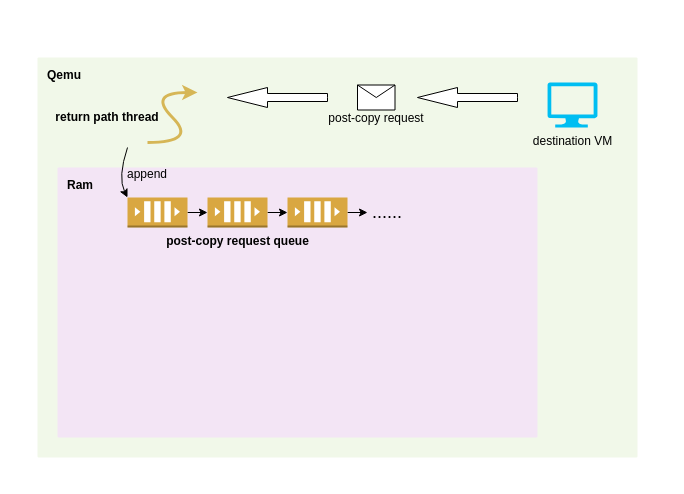
This is qemu-migration/ram.drawio from xuyizhe1999/drawio, a draw.io file, before an edit. Source tidied: cells renumbered, new cells numbered last; positions are measured from the earlier drawing's top-left corner, leaving out a move shared by most shapes. Both pictures are drawn from the tidied source at 100%, with x=0, y=0 at pixel (27, 57).
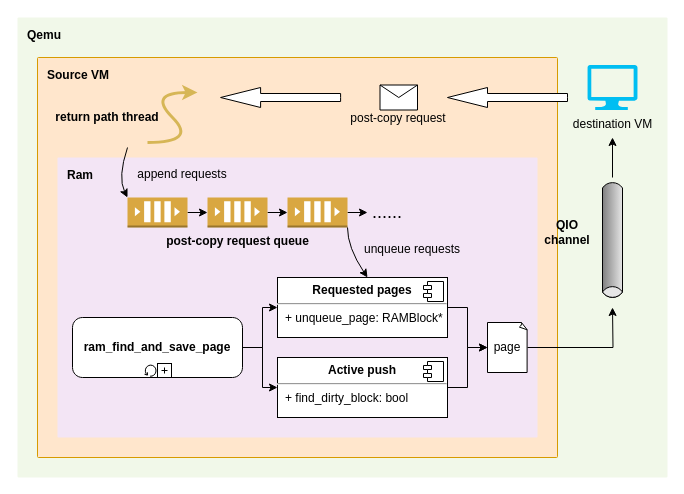
The same page after the edit.

What changed in the source:
```diff
@@
+    <mxCell id="20" value="&lt;b&gt;&lt;font color=&quot;#000000&quot;&gt;Qemu&lt;/font&gt;&lt;/b&gt;" style="sketch=0;rounded=1;absoluteArcSize=1;arcSize=2;html=1;strokeColor=none;gradientColor=none;shadow=0;dashed=0;fontSize=12;fontColor=#9E9E9E;align=left;verticalAlign=top;spacing=10;spacingTop=-4;fillColor=#F1F8E9;" parent="1" vertex="1">
+      <mxGeometry x="-10" y="-40" width="650" height="460" as="geometry" />
+    </mxCell>
-    <mxCell id="2" value="&lt;b&gt;&lt;font color=&quot;#000000&quot;&gt;Qemu&lt;/font&gt;&lt;/b&gt;" style="sketch=0;rounded=1;absoluteArcSize=1;arcSize=2;html=1;strokeColor=none;gradientColor=none;shadow=0;dashed=0;fontSize=12;fontColor=#9E9E9E;align=left;verticalAlign=top;spacing=10;spacingTop=-4;fillColor=#F1F8E9;" parent="1" vertex="1">
-      <mxGeometry x="10" width="600" height="400" as="geometry" />
+    <mxCell id="2" value="&lt;b&gt;&lt;font color=&quot;#000000&quot;&gt;Source VM&lt;/font&gt;&lt;/b&gt;" style="sketch=0;rounded=1;absoluteArcSize=1;arcSize=2;html=1;strokeColor=#d79b00;shadow=0;dashed=0;fontSize=12;align=left;verticalAlign=top;spacing=10;spacingTop=-4;fillColor=#ffe6cc;" parent="1" vertex="1">
+      <mxGeometry x="10" width="520" height="400" as="geometry" />
     </mxCell>
@@
     <mxCell id="5" value="destination VM" style="verticalLabelPosition=bottom;html=1;verticalAlign=top;align=center;strokeColor=none;fillColor=#00BEF2;shape=mxgraph.azure.computer;" parent="1" vertex="1">
-      <mxGeometry x="520" y="25" width="50" height="45" as="geometry" />
+      <mxGeometry x="560" y="7.5" width="50" height="45" as="geometry" />
     </mxCell>
-    <mxCell id="6" style="shape=message;html=1;whiteSpace=wrap;html=1;fontSize=12;" parent="1" vertex="1">
-      <mxGeometry x="330" y="27.5" width="37.5" height="25" as="geometry" />
-    </mxCell>
-    <mxCell id="7" style="html=1;shadow=0;dashed=0;align=center;verticalAlign=middle;shape=mxgraph.arrows2.arrow;dy=0.6;dx=40;flipH=1;notch=0;fontSize=12;" parent="1" vertex="1">
-      <mxGeometry x="390" y="30" width="100" height="20" as="geometry" />
-    </mxCell>
-    <mxCell id="8" style="html=1;shadow=0;dashed=0;align=center;verticalAlign=middle;shape=mxgraph.arrows2.arrow;dy=0.6;dx=40;flipH=1;notch=0;fontSize=12;" parent="1" vertex="1">
-      <mxGeometry x="200" y="30" width="100" height="20" as="geometry" />
-    </mxCell>
-    <mxCell id="9" value="post-copy request" style="text;html=1;strokeColor=none;fillColor=none;align=center;verticalAlign=middle;whiteSpace=wrap;rounded=0;fontSize=12;" parent="1" vertex="1">
-      <mxGeometry x="290.6" y="52.5" width="116.2" height="17.5" as="geometry" />
-    </mxCell>
     <mxCell id="10" value="&lt;b&gt;&lt;font color=&quot;#000000&quot;&gt;Ram&lt;/font&gt;&lt;/b&gt;" style="sketch=0;rounded=1;absoluteArcSize=1;arcSize=2;html=1;strokeColor=none;gradientColor=none;shadow=0;dashed=0;fontSize=12;fontColor=#9E9E9E;align=left;verticalAlign=top;spacing=10;spacingTop=-4;fillColor=#F3E5F5;" parent="1" vertex="1">
-      <mxGeometry x="30" y="110" width="480" height="270" as="geometry" />
+      <mxGeometry x="30" y="100" width="480" height="280" as="geometry" />
     </mxCell>
@@
-    <mxCell id="19" value="&lt;font style=&quot;font-size: 12px&quot;&gt;append&lt;/font&gt;" style="text;html=1;strokeColor=none;fillColor=none;align=center;verticalAlign=middle;whiteSpace=wrap;rounded=0;fontSize=18;fontColor=#000000;" parent="1" vertex="1">
-      <mxGeometry x="90" y="100" width="60" height="30" as="geometry" />
+    <mxCell id="19" value="&lt;font style=&quot;font-size: 12px&quot;&gt;append requests&lt;/font&gt;" style="text;html=1;strokeColor=none;fillColor=none;align=center;verticalAlign=middle;whiteSpace=wrap;rounded=0;fontSize=18;fontColor=#000000;" parent="1" vertex="1">
+      <mxGeometry x="100" y="100" width="110" height="30" as="geometry" />
     </mxCell>
+    <mxCell id="21" style="edgeStyle=orthogonalEdgeStyle;rounded=0;jettySize=auto;html=1;exitX=1;exitY=0.5;exitDx=0;exitDy=0;exitPerimeter=0;entryX=0;entryY=0.5;entryDx=0;entryDy=0;fontSize=12;fontColor=#000000;strokeWidth=1;" parent="1" edge="1" source="23" target="28">
+      <mxGeometry relative="1" as="geometry" />
+    </mxCell>
+    <mxCell id="22" style="edgeStyle=orthogonalEdgeStyle;rounded=0;jettySize=auto;html=1;exitX=1;exitY=0.5;exitDx=0;exitDy=0;exitPerimeter=0;entryX=0;entryY=0.5;entryDx=0;entryDy=0;fontSize=12;fontColor=#000000;strokeWidth=1;" parent="1" edge="1" source="23" target="25">
+      <mxGeometry relative="1" as="geometry" />
+    </mxCell>
+    <mxCell id="23" value="ram_find_and_save_page" style="points=[[0.25,0,0],[0.5,0,0],[0.75,0,0],[1,0.25,0],[1,0.5,0],[1,0.75,0],[0.75,1,0],[0.5,1,0],[0.25,1,0],[0,0.75,0],[0,0.5,0],[0,0.25,0]];shape=mxgraph.bpmn.task;whiteSpace=wrap;rectStyle=rounded;size=10;taskMarker=abstract;isLoopStandard=1;isLoopSub=1;rounded=1;fontSize=12;fontColor=#000000;fontStyle=1;" parent="1" vertex="1">
+      <mxGeometry x="45" y="260" width="170" height="60" as="geometry" />
+    </mxCell>
+    <mxCell id="24" style="edgeStyle=orthogonalEdgeStyle;rounded=0;jettySize=auto;html=1;exitX=1;exitY=0.5;exitDx=0;exitDy=0;entryX=0;entryY=0.5;entryDx=0;entryDy=0;entryPerimeter=0;fontSize=12;fontColor=#000000;strokeWidth=1;" parent="1" edge="1" source="25" target="33">
+      <mxGeometry relative="1" as="geometry" />
+    </mxCell>
+    <mxCell id="25" value="&lt;p style=&quot;margin: 0px ; margin-top: 6px ; text-align: center&quot;&gt;&lt;b&gt;Requested pages&lt;/b&gt;&lt;/p&gt;&lt;hr&gt;&lt;p style=&quot;margin: 0px ; margin-left: 8px&quot;&gt;+ unqueue_page&lt;span&gt;: RAMBlock*&lt;/span&gt;&lt;/p&gt;" style="align=left;overflow=fill;html=1;fontColor=#000000;" parent="1" vertex="1">
+      <mxGeometry x="250" y="220" width="170" height="60" as="geometry" />
+    </mxCell>
+    <mxCell id="26" style="shape=component;jettyWidth=8;jettyHeight=4;fontColor=#000000;" parent="25" vertex="1">
+      <mxGeometry x="1" width="20" height="20" relative="1" as="geometry">
+        <mxPoint x="-24" y="4" as="offset" />
+      </mxGeometry>
+    </mxCell>
+    <mxCell id="27" style="edgeStyle=orthogonalEdgeStyle;rounded=0;jettySize=auto;html=1;exitX=1;exitY=0.5;exitDx=0;exitDy=0;entryX=0;entryY=0.5;entryDx=0;entryDy=0;entryPerimeter=0;fontSize=12;fontColor=#000000;strokeWidth=1;" parent="1" edge="1" source="28" target="33">
+      <mxGeometry relative="1" as="geometry" />
+    </mxCell>
+    <mxCell id="28" value="&lt;p style=&quot;margin: 0px ; margin-top: 6px ; text-align: center&quot;&gt;&lt;b&gt;Active push&lt;/b&gt;&lt;/p&gt;&lt;hr&gt;&lt;p style=&quot;margin: 0px ; margin-left: 8px&quot;&gt;+ find_dirty_block: bool&lt;br&gt;&lt;/p&gt;" style="align=left;overflow=fill;html=1;fontColor=#000000;" parent="1" vertex="1">
+      <mxGeometry x="250" y="300" width="170" height="60" as="geometry" />
+    </mxCell>
+    <mxCell id="29" style="shape=component;jettyWidth=8;jettyHeight=4;fontColor=#000000;" parent="28" vertex="1">
+      <mxGeometry x="1" width="20" height="20" relative="1" as="geometry">
+        <mxPoint x="-24" y="4" as="offset" />
+      </mxGeometry>
+    </mxCell>
+    <mxCell id="30" style="curved=1;endArrow=classic;html=1;rounded=0;fontSize=12;fontColor=#000000;strokeWidth=1;" parent="1" edge="1">
+      <mxGeometry relative="1" as="geometry">
+        <mxPoint x="320" y="170" as="sourcePoint" />
+        <mxPoint x="340" y="220" as="targetPoint" />
+        <Array as="points">
+          <mxPoint x="320" y="190" />
+        </Array>
+      </mxGeometry>
+    </mxCell>
+    <mxCell id="31" value="&lt;font style=&quot;font-size: 12px&quot;&gt;unqueue requests&lt;/font&gt;" style="text;html=1;strokeColor=none;fillColor=none;align=center;verticalAlign=middle;whiteSpace=wrap;rounded=0;fontSize=18;fontColor=#000000;" parent="1" vertex="1">
+      <mxGeometry x="330" y="175" width="110" height="30" as="geometry" />
+    </mxCell>
+    <mxCell id="32" style="edgeStyle=orthogonalEdgeStyle;rounded=0;jettySize=auto;html=1;exitX=1;exitY=0.5;exitDx=0;exitDy=0;exitPerimeter=0;fontSize=12;fontColor=#000000;strokeWidth=1;" parent="1" edge="1" source="33">
+      <mxGeometry relative="1" as="geometry">
+        <mxPoint x="585" y="250" as="targetPoint" />
+      </mxGeometry>
+    </mxCell>
+    <mxCell id="33" value="page" style="whiteSpace=wrap;html=1;shape=mxgraph.basic.document;fontColor=#000000;" parent="1" vertex="1">
+      <mxGeometry x="460" y="265" width="40" height="50" as="geometry" />
+    </mxCell>
+    <mxCell id="34" style="strokeWidth=1;dashed=0;align=center;fontSize=8;shape=mxgraph.eip.messageChannel;html=1;verticalLabelPosition=bottom;verticalAlign=top;fontColor=#000000;rotation=90;" parent="1" vertex="1">
+      <mxGeometry x="525" y="160" width="120" height="45" as="geometry" />
+    </mxCell>
+    <mxCell id="35" style="endArrow=classic;html=1;rounded=0;fontSize=12;fontColor=#000000;strokeWidth=1;" parent="1" edge="1">
+      <mxGeometry relative="1" as="geometry">
+        <mxPoint x="585" y="120" as="sourcePoint" />
+        <mxPoint x="585" y="80" as="targetPoint" />
+      </mxGeometry>
+    </mxCell>
+    <mxCell id="36" value="&lt;b&gt;QIO&lt;br&gt;channel&lt;/b&gt;" style="text;html=1;strokeColor=none;fillColor=none;align=center;verticalAlign=middle;whiteSpace=wrap;rounded=0;fontColor=#000000;" parent="1" vertex="1">
+      <mxGeometry x="510" y="160" width="60" height="30" as="geometry" />
+    </mxCell>
+    <mxCell id="8" style="html=1;shadow=0;dashed=0;align=center;verticalAlign=middle;shape=mxgraph.arrows2.arrow;dy=0.6;dx=40;flipH=1;notch=0;fontSize=12;" parent="1" vertex="1">
+      <mxGeometry x="193.1" y="30" width="120" height="20" as="geometry" />
+    </mxCell>
+    <mxCell id="6" style="shape=message;html=1;whiteSpace=wrap;html=1;fontSize=12;" parent="1" vertex="1">
+      <mxGeometry x="352.5" y="27.5" width="37.5" height="25" as="geometry" />
+    </mxCell>
+    <mxCell id="9" value="post-copy request" style="text;html=1;strokeColor=none;fillColor=none;align=center;verticalAlign=middle;whiteSpace=wrap;rounded=0;fontSize=12;" parent="1" vertex="1">
+      <mxGeometry x="313.1" y="52.5" width="116.2" height="17.5" as="geometry" />
+    </mxCell>
+    <mxCell id="7" style="html=1;shadow=0;dashed=0;align=center;verticalAlign=middle;shape=mxgraph.arrows2.arrow;dy=0.6;dx=40;flipH=1;notch=0;fontSize=12;" parent="1" vertex="1">
+      <mxGeometry x="420" y="30" width="120" height="20" as="geometry" />
+    </mxCell>
```
